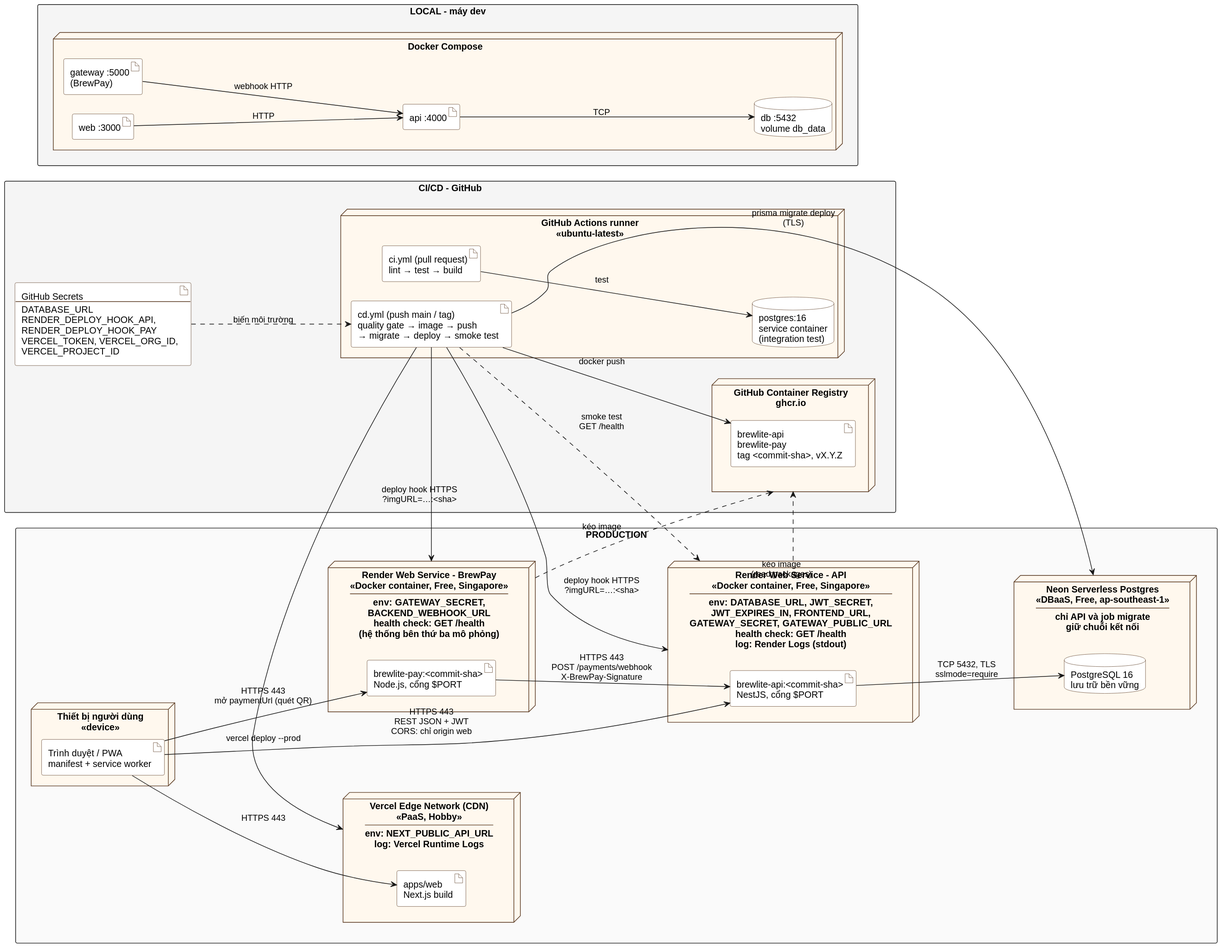
PhucLee23/brewlite-assignment2 keeps this PlantUML diagram as docs/architecture/deployment.svg. Above is the earlier version.
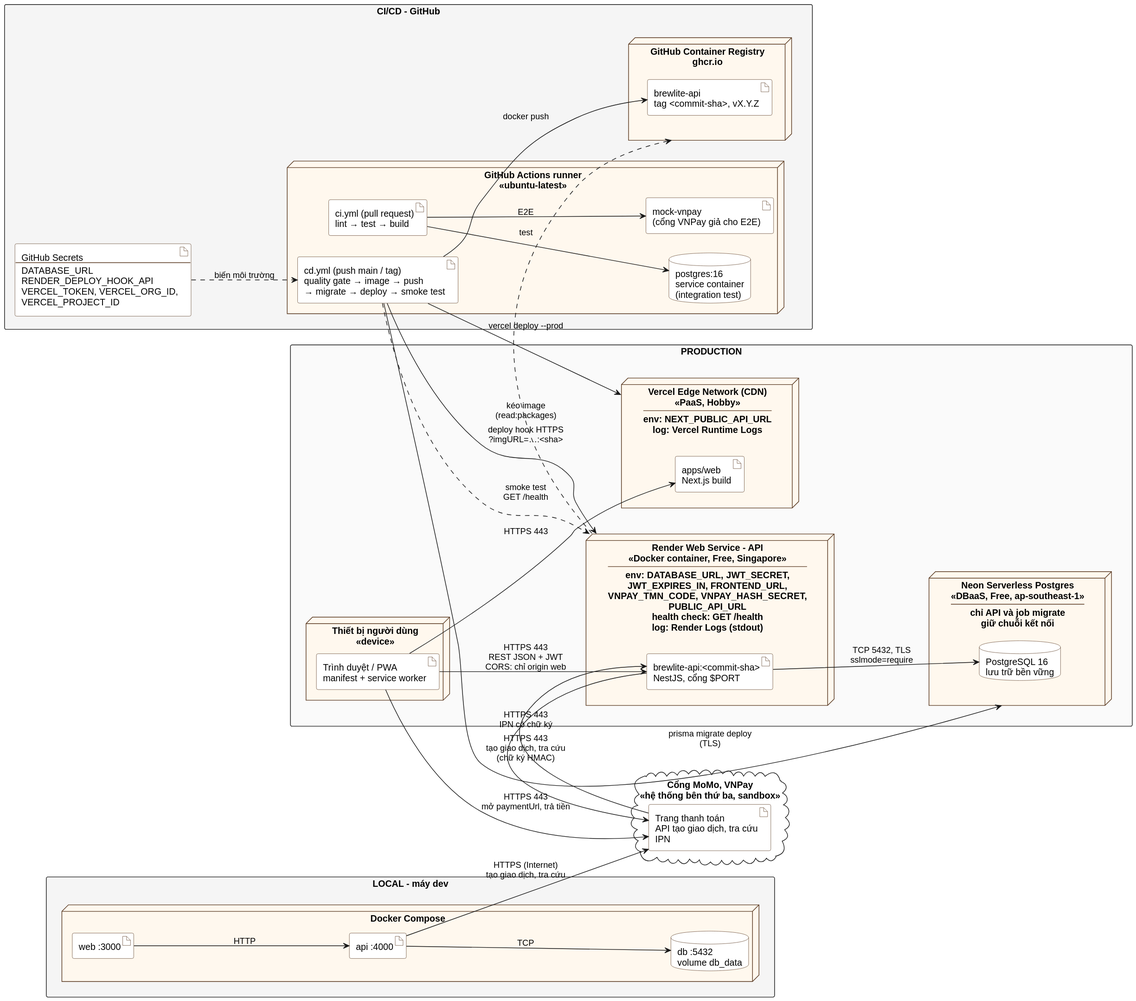
Later version of the same file.

Commit message:
docs(architecture): deployment bỏ BrewPay, thêm implementation diagram chia khu khách hàng, khu quản lý

The edit, as a diff of the source:
```diff
@@ -18,14 +18,15 @@
 left to right direction
 
 rectangle "CI/CD - GitHub" as CI #F5F5F5 {
-  artifact "GitHub Secrets\n----\nDATABASE_URL\nRENDER_DEPLOY_HOOK_API,\nRENDER_DEPLOY_HOOK_PAY\nVERCEL_TOKEN, VERCEL_ORG_ID,\nVERCEL_PROJECT_ID" as Secrets
+  artifact "GitHub Secrets\n----\nDATABASE_URL\nRENDER_DEPLOY_HOOK_API\nVERCEL_TOKEN, VERCEL_ORG_ID,\nVERCEL_PROJECT_ID" as Secrets
   node "GitHub Actions runner\n<<ubuntu-latest>>" as Runner {
     artifact "ci.yml (pull request)\nlint → test → build" as CiYml
     artifact "cd.yml (push main / tag)\nquality gate → image → push\n→ migrate → deploy → smoke test" as CdYml
     database "postgres:16\nservice container\n(integration test)" as CiPg
+    artifact "mock-vnpay\n(cổng VNPay giả cho E2E)" as CiMock
   }
   node "GitHub Container Registry\nghcr.io" as GHCR {
-    artifact "brewlite-api\nbrewlite-pay\ntag <commit-sha>, vX.Y.Z" as Img
+    artifact "brewlite-api\ntag <commit-sha>, vX.Y.Z" as Img
   }
 }
 
@@ -36,44 +37,44 @@
   node "Vercel Edge Network (CDN)\n<<PaaS, Hobby>>\n----\nenv: NEXT_PUBLIC_API_URL\nlog: Vercel Runtime Logs" as Vercel {
     artifact "apps/web\nNext.js build" as WebBuild
   }
-  node "Render Web Service - API\n<<Docker container, Free, Singapore>>\n----\nenv: DATABASE_URL, JWT_SECRET,\nJWT_EXPIRES_IN, FRONTEND_URL,\nGATEWAY_SECRET, GATEWAY_PUBLIC_URL\nhealth check: GET /health\nlog: Render Logs (stdout)" as Render {
+  node "Render Web Service - API\n<<Docker container, Free, Singapore>>\n----\nenv: DATABASE_URL, JWT_SECRET,\nJWT_EXPIRES_IN, FRONTEND_URL,\nVNPAY_TMN_CODE, VNPAY_HASH_SECRET,\nPUBLIC_API_URL\nhealth check: GET /health\nlog: Render Logs (stdout)" as Render {
     artifact "brewlite-api:<commit-sha>\nNestJS, cổng $PORT" as ApiImage
-  }
-  node "Render Web Service - BrewPay\n<<Docker container, Free, Singapore>>\n----\nenv: GATEWAY_SECRET,\nBACKEND_WEBHOOK_URL\nhealth check: GET /health\n(hệ thống bên thứ ba mô phỏng)" as RenderPay {
-    artifact "brewlite-pay:<commit-sha>\nNode.js, cổng $PORT" as PayImage
   }
   node "Neon Serverless Postgres\n<<DBaaS, Free, ap-southeast-1>>\n----\nchỉ API và job migrate\ngiữ chuỗi kết nối" as Neon {
     database "PostgreSQL 16\nlưu trữ bền vững" as PG
   }
 }
 
+cloud "Cổng MoMo, VNPay\n<<hệ thống bên thứ ba, sandbox>>" as PG3 {
+  artifact "Trang thanh toán\nAPI tạo giao dịch, tra cứu\nIPN" as GatewayApi
+}
+
 rectangle "LOCAL - máy dev" as LOCAL #F5F5F5 {
   node "Docker Compose" as Dev {
     artifact "web :3000" as LWeb
     artifact "api :4000" as LApi
-    artifact "gateway :5000\n(BrewPay)" as LPay
     database "db :5432\nvolume db_data" as LDb
   }
 }
 
 Secrets ..> CdYml : biến môi trường
 CiYml --> CiPg : test
+CiYml --> CiMock : E2E
 CdYml --> Img : docker push
 CdYml --> Neon : prisma migrate deploy\n(TLS)
 CdYml --> Render : deploy hook HTTPS\n?imgURL=…:<sha>
-CdYml --> RenderPay : deploy hook HTTPS\n?imgURL=…:<sha>
 CdYml --> Vercel : vercel deploy --prod
 CdYml ..> Render : smoke test\nGET /health
 Render ..> GHCR : kéo image\n(read:packages)
-RenderPay ..> GHCR : kéo image
 
 Browser --> WebBuild : HTTPS 443
 Browser --> ApiImage : HTTPS 443\nREST JSON + JWT\nCORS: chỉ origin web
-Browser --> PayImage : HTTPS 443\nmở paymentUrl (quét QR)
-PayImage --> ApiImage : HTTPS 443\nPOST /payments/webhook\nX-BrewPay-Signature
+Browser --> GatewayApi : HTTPS 443\nmở paymentUrl, trả tiền
+ApiImage --> GatewayApi : HTTPS 443\ntạo giao dịch, tra cứu\n(chữ ký HMAC)
+GatewayApi --> ApiImage : HTTPS 443\nIPN có chữ ký
 ApiImage --> PG : TCP 5432, TLS\nsslmode=require
 
 LWeb --> LApi : HTTP
-LPay --> LApi : webhook HTTP
+LApi --> GatewayApi : HTTPS (Internet)\ntạo giao dịch, tra cứu
 LApi --> LDb : TCP
 @enduml
```
